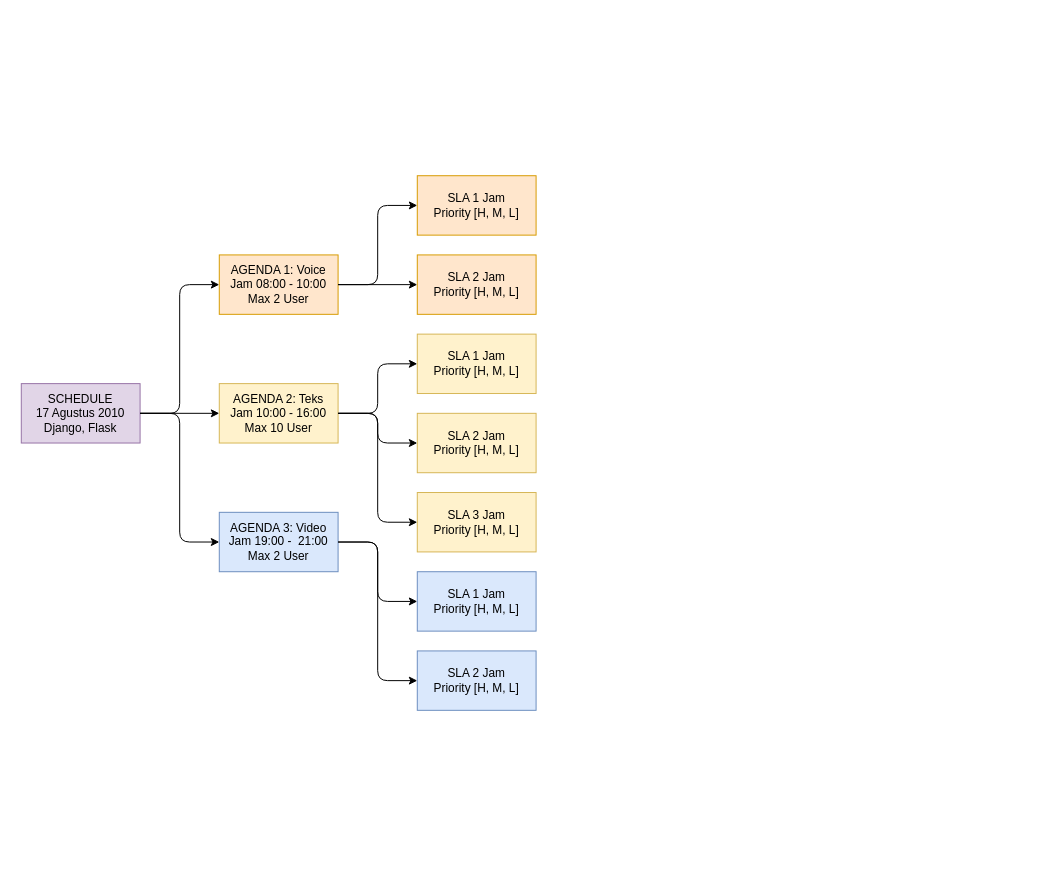
Earlier version of the draw.io diagram Untitled Diagram.drawio (PUYUP/sputnik). Source tidied: cells renumbered, new cells numbered last; positions are measured from the earlier drawing's top-left corner, leaving out a move shared by most shapes. Both pictures are drawn from the tidied source at 99%, with x=0, y=0 at pixel (21, 175).
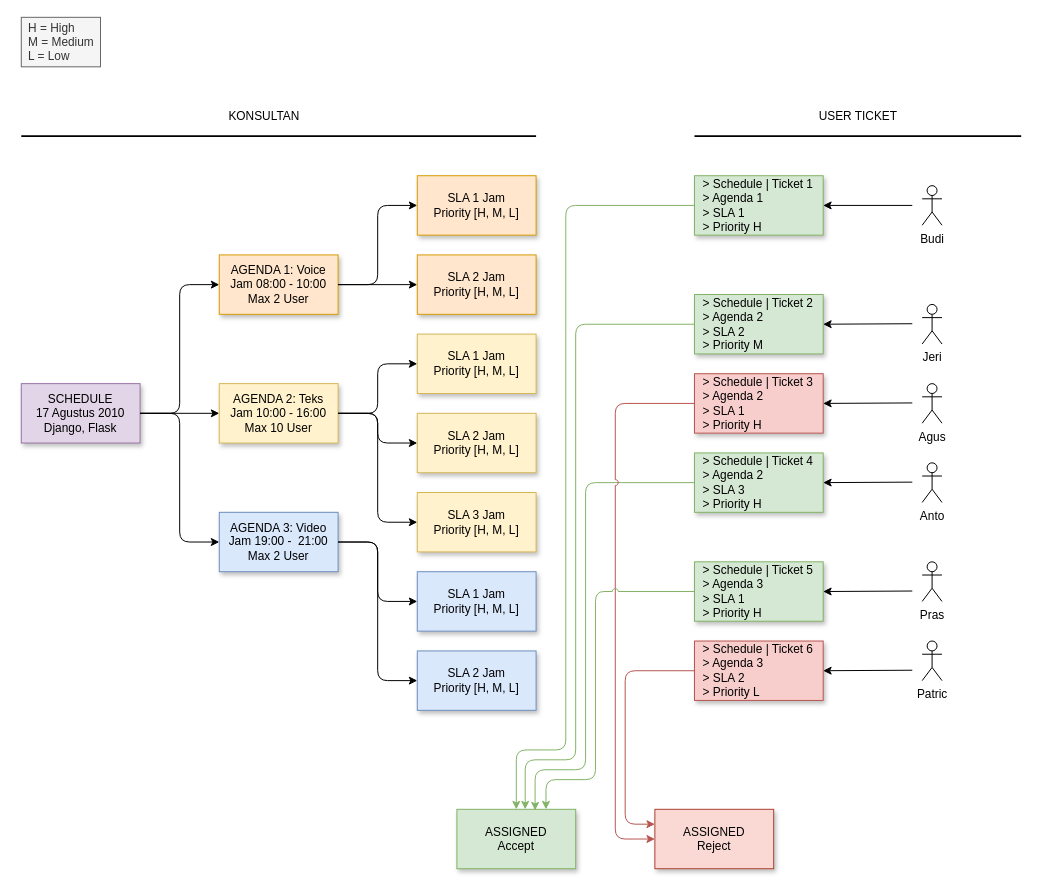
The same diagram, later.

Diff of the diagram source:
```diff
@@
-    <mxCell id="2" value="SCHEDULE&lt;br&gt;17 Agustus 2010&lt;br&gt;Django, Flask" style="rounded=0;whiteSpace=wrap;html=1;fillColor=#e1d5e7;strokeColor=#9673a6;" parent="1" vertex="1">
+    <mxCell id="2" value="SCHEDULE&lt;br&gt;17 Agustus 2010&lt;br&gt;Django, Flask" style="rounded=0;whiteSpace=wrap;html=1;fillColor=#e1d5e7;strokeColor=#9673a6;sketch=0;shadow=1;labelBackgroundColor=none;" parent="1" vertex="1">
       <mxGeometry y="210" width="120" height="60" as="geometry" />
     </mxCell>
-    <mxCell id="3" value="AGENDA 1: Voice&lt;br&gt;Jam 08:00 - 10:00&lt;br&gt;Max 2 User" style="rounded=0;whiteSpace=wrap;html=1;fillColor=#ffe6cc;strokeColor=#d79b00;" parent="1" vertex="1">
+    <mxCell id="3" value="AGENDA 1: Voice&lt;br&gt;Jam 08:00 - 10:00&lt;br&gt;Max 2 User" style="rounded=0;whiteSpace=wrap;html=1;fillColor=#ffe6cc;strokeColor=#d79b00;sketch=0;shadow=1;labelBackgroundColor=none;" parent="1" vertex="1">
       <mxGeometry x="200" y="80" width="120" height="60" as="geometry" />
     </mxCell>
-    <mxCell id="4" value="AGENDA 2: Teks&lt;br&gt;Jam 10:00 - 16:00&lt;br&gt;Max 10 User" style="rounded=0;whiteSpace=wrap;html=1;fillColor=#fff2cc;strokeColor=#d6b656;" parent="1" vertex="1">
+    <mxCell id="4" value="AGENDA 2: Teks&lt;br&gt;Jam 10:00 - 16:00&lt;br&gt;Max 10 User" style="rounded=0;whiteSpace=wrap;html=1;fillColor=#fff2cc;strokeColor=#d6b656;sketch=0;shadow=1;labelBackgroundColor=none;" parent="1" vertex="1">
       <mxGeometry x="200" y="210" width="120" height="60" as="geometry" />
     </mxCell>
-    <mxCell id="5" value="AGENDA 3: Video&lt;br&gt;Jam 19:00 -&amp;nbsp; 21:00&lt;br&gt;Max 2 User" style="rounded=0;whiteSpace=wrap;html=1;fillColor=#dae8fc;strokeColor=#6c8ebf;" parent="1" vertex="1">
+    <mxCell id="5" value="AGENDA 3: Video&lt;br&gt;Jam 19:00 -&amp;nbsp; 21:00&lt;br&gt;Max 2 User" style="rounded=0;whiteSpace=wrap;html=1;fillColor=#dae8fc;strokeColor=#6c8ebf;sketch=0;shadow=1;labelBackgroundColor=none;" parent="1" vertex="1">
       <mxGeometry x="200" y="340" width="120" height="60" as="geometry" />
     </mxCell>
-    <mxCell id="6" value="SLA 1 Jam&lt;br&gt;Priority [H, M, L]" style="rounded=0;whiteSpace=wrap;html=1;fillColor=#ffe6cc;strokeColor=#d79b00;" parent="1" vertex="1">
+    <mxCell id="6" value="SLA 1 Jam&lt;br&gt;Priority [H, M, L]" style="rounded=0;whiteSpace=wrap;html=1;fillColor=#ffe6cc;strokeColor=#d79b00;sketch=0;shadow=1;labelBackgroundColor=none;" parent="1" vertex="1">
       <mxGeometry x="400" width="120" height="60" as="geometry" />
     </mxCell>
-    <mxCell id="7" value="SLA 2 Jam&lt;br&gt;Priority [H, M, L]" style="rounded=0;whiteSpace=wrap;html=1;fillColor=#ffe6cc;strokeColor=#d79b00;" parent="1" vertex="1">
+    <mxCell id="7" value="SLA 2 Jam&lt;br&gt;Priority [H, M, L]" style="rounded=0;whiteSpace=wrap;html=1;fillColor=#ffe6cc;strokeColor=#d79b00;sketch=0;shadow=1;labelBackgroundColor=none;" parent="1" vertex="1">
       <mxGeometry x="400" y="80" width="120" height="60" as="geometry" />
     </mxCell>
-    <mxCell id="8" style="endArrow=classic;html=1;exitX=1;exitY=0.5;exitDx=0;exitDy=0;entryX=0;entryY=0.5;entryDx=0;entryDy=0;edgeStyle=orthogonalEdgeStyle;" parent="1" edge="1" source="2" target="3">
+    <mxCell id="8" style="endArrow=classic;html=1;exitX=1;exitY=0.5;exitDx=0;exitDy=0;entryX=0;entryY=0.5;entryDx=0;entryDy=0;edgeStyle=orthogonalEdgeStyle;sketch=0;shadow=0;labelBackgroundColor=none;" parent="1" edge="1" source="2" target="3">
       <mxGeometry relative="1" as="geometry" />
     </mxCell>
-    <mxCell id="9" style="endArrow=classic;html=1;exitX=1;exitY=0.5;exitDx=0;exitDy=0;entryX=0;entryY=0.5;entryDx=0;entryDy=0;edgeStyle=orthogonalEdgeStyle;" parent="1" edge="1" source="2" target="4">
+    <mxCell id="9" style="endArrow=classic;html=1;exitX=1;exitY=0.5;exitDx=0;exitDy=0;entryX=0;entryY=0.5;entryDx=0;entryDy=0;edgeStyle=orthogonalEdgeStyle;sketch=0;shadow=0;labelBackgroundColor=none;" parent="1" edge="1" source="2" target="4">
       <mxGeometry relative="1" as="geometry" />
     </mxCell>
-    <mxCell id="10" style="endArrow=classic;html=1;exitX=1;exitY=0.5;exitDx=0;exitDy=0;entryX=0;entryY=0.5;entryDx=0;entryDy=0;edgeStyle=orthogonalEdgeStyle;" parent="1" edge="1" source="2" target="5">
+    <mxCell id="10" style="endArrow=classic;html=1;exitX=1;exitY=0.5;exitDx=0;exitDy=0;entryX=0;entryY=0.5;entryDx=0;entryDy=0;edgeStyle=orthogonalEdgeStyle;sketch=0;shadow=0;labelBackgroundColor=none;" parent="1" edge="1" source="2" target="5">
       <mxGeometry relative="1" as="geometry" />
     </mxCell>
-    <mxCell id="11" style="endArrow=classic;html=1;exitX=1;exitY=0.5;exitDx=0;exitDy=0;entryX=0;entryY=0.5;entryDx=0;entryDy=0;edgeStyle=orthogonalEdgeStyle;" parent="1" edge="1" source="3" target="6">
+    <mxCell id="11" style="endArrow=classic;html=1;exitX=1;exitY=0.5;exitDx=0;exitDy=0;entryX=0;entryY=0.5;entryDx=0;entryDy=0;edgeStyle=orthogonalEdgeStyle;sketch=0;shadow=0;labelBackgroundColor=none;" parent="1" edge="1" source="3" target="6">
       <mxGeometry relative="1" as="geometry" />
     </mxCell>
-    <mxCell id="12" style="endArrow=classic;html=1;exitX=1;exitY=0.5;exitDx=0;exitDy=0;entryX=0;entryY=0.5;entryDx=0;entryDy=0;" parent="1" edge="1" source="3" target="7">
+    <mxCell id="12" style="endArrow=classic;html=1;exitX=1;exitY=0.5;exitDx=0;exitDy=0;entryX=0;entryY=0.5;entryDx=0;entryDy=0;sketch=0;shadow=0;labelBackgroundColor=none;" parent="1" edge="1" source="3" target="7">
       <mxGeometry relative="1" as="geometry" />
     </mxCell>
-    <mxCell id="13" value="SLA 1 Jam&lt;br&gt;Priority [H, M, L]" style="rounded=0;whiteSpace=wrap;html=1;fillColor=#fff2cc;strokeColor=#d6b656;" parent="1" vertex="1">
+    <mxCell id="13" value="SLA 1 Jam&lt;br&gt;Priority [H, M, L]" style="rounded=0;whiteSpace=wrap;html=1;fillColor=#fff2cc;strokeColor=#d6b656;sketch=0;shadow=1;labelBackgroundColor=none;" parent="1" vertex="1">
       <mxGeometry x="400" y="160" width="120" height="60" as="geometry" />
     </mxCell>
-    <mxCell id="14" value="SLA 2 Jam&lt;br&gt;Priority [H, M, L]" style="rounded=0;whiteSpace=wrap;html=1;fillColor=#fff2cc;strokeColor=#d6b656;" parent="1" vertex="1">
+    <mxCell id="14" value="SLA 2 Jam&lt;br&gt;Priority [H, M, L]" style="rounded=0;whiteSpace=wrap;html=1;fillColor=#fff2cc;strokeColor=#d6b656;sketch=0;shadow=1;labelBackgroundColor=none;" parent="1" vertex="1">
       <mxGeometry x="400" y="240" width="120" height="60" as="geometry" />
     </mxCell>
-    <mxCell id="15" value="SLA 3 Jam&lt;br&gt;Priority [H, M, L]" style="rounded=0;whiteSpace=wrap;html=1;fillColor=#fff2cc;strokeColor=#d6b656;" parent="1" vertex="1">
+    <mxCell id="15" value="SLA 3 Jam&lt;br&gt;Priority [H, M, L]" style="rounded=0;whiteSpace=wrap;html=1;fillColor=#fff2cc;strokeColor=#d6b656;sketch=0;shadow=1;labelBackgroundColor=none;" parent="1" vertex="1">
       <mxGeometry x="400" y="320" width="120" height="60" as="geometry" />
     </mxCell>
-    <mxCell id="16" style="endArrow=classic;html=1;exitX=1;exitY=0.5;exitDx=0;exitDy=0;entryX=0;entryY=0.5;entryDx=0;entryDy=0;edgeStyle=orthogonalEdgeStyle;" parent="1" edge="1" source="4" target="13">
+    <mxCell id="16" style="endArrow=classic;html=1;exitX=1;exitY=0.5;exitDx=0;exitDy=0;entryX=0;entryY=0.5;entryDx=0;entryDy=0;edgeStyle=orthogonalEdgeStyle;sketch=0;shadow=0;labelBackgroundColor=none;" parent="1" edge="1" source="4" target="13">
       <mxGeometry relative="1" as="geometry" />
     </mxCell>
-    <mxCell id="17" style="endArrow=classic;html=1;exitX=1;exitY=0.5;exitDx=0;exitDy=0;entryX=0;entryY=0.5;entryDx=0;entryDy=0;edgeStyle=orthogonalEdgeStyle;" parent="1" edge="1" source="4" target="14">
+    <mxCell id="17" style="endArrow=classic;html=1;exitX=1;exitY=0.5;exitDx=0;exitDy=0;entryX=0;entryY=0.5;entryDx=0;entryDy=0;edgeStyle=orthogonalEdgeStyle;sketch=0;shadow=0;labelBackgroundColor=none;" parent="1" edge="1" source="4" target="14">
       <mxGeometry relative="1" as="geometry" />
     </mxCell>
-    <mxCell id="18" style="endArrow=classic;html=1;exitX=1;exitY=0.5;exitDx=0;exitDy=0;entryX=0;entryY=0.5;entryDx=0;entryDy=0;edgeStyle=orthogonalEdgeStyle;" parent="1" edge="1" source="4" target="15">
+    <mxCell id="18" style="endArrow=classic;html=1;exitX=1;exitY=0.5;exitDx=0;exitDy=0;entryX=0;entryY=0.5;entryDx=0;entryDy=0;edgeStyle=orthogonalEdgeStyle;sketch=0;shadow=0;labelBackgroundColor=none;" parent="1" edge="1" source="4" target="15">
       <mxGeometry relative="1" as="geometry" />
     </mxCell>
-    <mxCell id="19" value="SLA 1 Jam&lt;br&gt;Priority [H, M, L]" style="rounded=0;whiteSpace=wrap;html=1;fillColor=#dae8fc;strokeColor=#6c8ebf;" parent="1" vertex="1">
+    <mxCell id="19" value="SLA 1 Jam&lt;br&gt;Priority [H, M, L]" style="rounded=0;whiteSpace=wrap;html=1;fillColor=#dae8fc;strokeColor=#6c8ebf;sketch=0;shadow=1;labelBackgroundColor=none;" parent="1" vertex="1">
       <mxGeometry x="400" y="400" width="120" height="60" as="geometry" />
     </mxCell>
-    <mxCell id="20" value="SLA 2 Jam&lt;br&gt;Priority [H, M, L]" style="rounded=0;whiteSpace=wrap;html=1;fillColor=#dae8fc;strokeColor=#6c8ebf;" parent="1" vertex="1">
+    <mxCell id="20" value="SLA 2 Jam&lt;br&gt;Priority [H, M, L]" style="rounded=0;whiteSpace=wrap;html=1;fillColor=#dae8fc;strokeColor=#6c8ebf;sketch=0;shadow=1;labelBackgroundColor=none;" parent="1" vertex="1">
       <mxGeometry x="400" y="480" width="120" height="60" as="geometry" />
     </mxCell>
-    <mxCell id="21" style="endArrow=classic;html=1;exitX=1;exitY=0.5;exitDx=0;exitDy=0;entryX=0;entryY=0.5;entryDx=0;entryDy=0;edgeStyle=orthogonalEdgeStyle;" parent="1" edge="1" source="5" target="19">
+    <mxCell id="21" style="endArrow=classic;html=1;exitX=1;exitY=0.5;exitDx=0;exitDy=0;entryX=0;entryY=0.5;entryDx=0;entryDy=0;edgeStyle=orthogonalEdgeStyle;sketch=0;shadow=0;labelBackgroundColor=none;" parent="1" edge="1" source="5" target="19">
       <mxGeometry relative="1" as="geometry" />
     </mxCell>
-    <mxCell id="22" style="endArrow=classic;html=1;exitX=1;exitY=0.5;exitDx=0;exitDy=0;entryX=0;entryY=0.5;entryDx=0;entryDy=0;edgeStyle=orthogonalEdgeStyle;" parent="1" edge="1" source="5" target="20">
+    <mxCell id="22" style="endArrow=classic;html=1;exitX=1;exitY=0.5;exitDx=0;exitDy=0;entryX=0;entryY=0.5;entryDx=0;entryDy=0;edgeStyle=orthogonalEdgeStyle;sketch=0;shadow=0;labelBackgroundColor=none;" parent="1" edge="1" source="5" target="20">
       <mxGeometry relative="1" as="geometry" />
     </mxCell>
+    <mxCell id="23" value="&lt;div style=&quot;text-align: left&quot;&gt;&lt;span&gt;H = High&lt;/span&gt;&lt;/div&gt;&lt;div style=&quot;text-align: left&quot;&gt;&lt;span&gt;M = Medium&lt;/span&gt;&lt;/div&gt;&lt;div style=&quot;text-align: left&quot;&gt;&lt;span&gt;L = Low&lt;/span&gt;&lt;/div&gt;" style="text;html=1;align=center;verticalAlign=middle;fillColor=#f5f5f5;strokeColor=#666666;fontColor=#333333;" parent="1" vertex="1">
+      <mxGeometry y="-160" width="80" height="50" as="geometry" />
+    </mxCell>
+    <mxCell id="24" value="&amp;nbsp; &amp;gt; Schedule | Ticket 1&lt;br&gt;&amp;nbsp; &amp;gt; Agenda 1&lt;br&gt;&amp;nbsp; &amp;gt; SLA 1&lt;br&gt;&amp;nbsp; &amp;gt; Priority H" style="rounded=0;whiteSpace=wrap;html=1;shadow=1;labelBackgroundColor=none;fillColor=#d5e8d4;strokeColor=#82b366;sketch=0;align=left;" parent="1" vertex="1">
+      <mxGeometry x="680" width="130" height="60" as="geometry" />
+    </mxCell>
+    <mxCell id="25" style="endArrow=none;html=1;strokeWidth=2;shadow=0;labelBackgroundColor=none;startArrow=none;startFill=0;rounded=0;" parent="1" edge="1">
+      <mxGeometry relative="1" as="geometry">
+        <mxPoint y="-40" as="sourcePoint" />
+        <mxPoint x="520" y="-40" as="targetPoint" />
+      </mxGeometry>
+    </mxCell>
+    <mxCell id="26" value="KONSULTAN" style="text;html=1;align=center;verticalAlign=middle;" parent="1" vertex="1">
+      <mxGeometry x="200" y="-70" width="90" height="20" as="geometry" />
+    </mxCell>
+    <mxCell id="27" style="endArrow=classic;html=1;shadow=0;labelBackgroundColor=none;strokeWidth=1;entryX=1;entryY=0.5;entryDx=0;entryDy=0;" parent="1" edge="1" target="24">
+      <mxGeometry relative="1" as="geometry">
+        <mxPoint x="900" y="30" as="sourcePoint" />
+      </mxGeometry>
+    </mxCell>
+    <mxCell id="28" value="&amp;nbsp; &amp;gt; Schedule&amp;nbsp;| Ticket 2&lt;br&gt;&amp;nbsp; &amp;gt; Agenda 2&lt;br&gt;&amp;nbsp; &amp;gt; SLA 2&lt;br&gt;&amp;nbsp; &amp;gt; Priority M" style="rounded=0;whiteSpace=wrap;html=1;shadow=1;labelBackgroundColor=none;fillColor=#d5e8d4;strokeColor=#82b366;sketch=0;align=left;" parent="1" vertex="1">
+      <mxGeometry x="680" y="120" width="130" height="60" as="geometry" />
+    </mxCell>
+    <mxCell id="29" value="&amp;nbsp; &amp;gt; Schedule&amp;nbsp;| Ticket 3&lt;br&gt;&amp;nbsp; &amp;gt; Agenda 2&lt;br&gt;&amp;nbsp; &amp;gt; SLA 1&lt;br&gt;&amp;nbsp; &amp;gt; Priority H" style="rounded=0;whiteSpace=wrap;html=1;shadow=1;labelBackgroundColor=none;fillColor=#f8cecc;strokeColor=#b85450;sketch=0;align=left;" parent="1" vertex="1">
+      <mxGeometry x="680" y="200" width="130" height="60" as="geometry" />
+    </mxCell>
+    <mxCell id="30" value="&amp;nbsp; &amp;gt; Schedule&amp;nbsp;| Ticket 4&lt;br&gt;&amp;nbsp; &amp;gt; Agenda 2&lt;br&gt;&amp;nbsp; &amp;gt; SLA 3&lt;br&gt;&amp;nbsp; &amp;gt; Priority H" style="rounded=0;whiteSpace=wrap;html=1;shadow=1;labelBackgroundColor=none;fillColor=#d5e8d4;strokeColor=#82b366;sketch=0;align=left;" parent="1" vertex="1">
+      <mxGeometry x="680" y="280" width="130" height="60" as="geometry" />
+    </mxCell>
+    <mxCell id="31" value="Jeri" style="shape=umlActor;verticalLabelPosition=bottom;verticalAlign=top;html=1;shadow=0;labelBackgroundColor=none;sketch=0;" parent="1" vertex="1">
+      <mxGeometry x="910" y="130" width="20" height="40" as="geometry" />
+    </mxCell>
+    <mxCell id="32" value="Budi" style="shape=umlActor;verticalLabelPosition=bottom;verticalAlign=top;html=1;shadow=0;labelBackgroundColor=none;sketch=0;" parent="1" vertex="1">
+      <mxGeometry x="910" y="10" width="20" height="40" as="geometry" />
+    </mxCell>
+    <mxCell id="33" value="Agus" style="shape=umlActor;verticalLabelPosition=bottom;verticalAlign=top;html=1;shadow=0;labelBackgroundColor=none;sketch=0;" parent="1" vertex="1">
+      <mxGeometry x="910" y="210" width="20" height="40" as="geometry" />
+    </mxCell>
+    <mxCell id="34" value="Anto" style="shape=umlActor;verticalLabelPosition=bottom;verticalAlign=top;html=1;shadow=0;labelBackgroundColor=none;sketch=0;" parent="1" vertex="1">
+      <mxGeometry x="910" y="290" width="20" height="40" as="geometry" />
+    </mxCell>
+    <mxCell id="35" style="endArrow=classic;html=1;shadow=0;labelBackgroundColor=none;strokeWidth=1;" parent="1" edge="1">
+      <mxGeometry relative="1" as="geometry">
+        <mxPoint x="900" y="149.5" as="sourcePoint" />
+        <mxPoint x="810" y="150" as="targetPoint" />
+      </mxGeometry>
+    </mxCell>
+    <mxCell id="36" style="endArrow=classic;html=1;shadow=0;labelBackgroundColor=none;strokeWidth=1;" parent="1" edge="1">
+      <mxGeometry relative="1" as="geometry">
+        <mxPoint x="900" y="229.5" as="sourcePoint" />
+        <mxPoint x="810" y="230" as="targetPoint" />
+      </mxGeometry>
+    </mxCell>
+    <mxCell id="37" style="endArrow=classic;html=1;shadow=0;labelBackgroundColor=none;strokeWidth=1;" parent="1" edge="1">
+      <mxGeometry relative="1" as="geometry">
+        <mxPoint x="900" y="309.5" as="sourcePoint" />
+        <mxPoint x="810" y="310" as="targetPoint" />
+      </mxGeometry>
+    </mxCell>
+    <mxCell id="38" value="&amp;nbsp; &amp;gt; Schedule&amp;nbsp;| Ticket 5&lt;br&gt;&amp;nbsp; &amp;gt; Agenda 3&lt;br&gt;&amp;nbsp; &amp;gt; SLA 1&lt;br&gt;&amp;nbsp; &amp;gt; Priority H" style="rounded=0;whiteSpace=wrap;html=1;shadow=1;labelBackgroundColor=none;fillColor=#d5e8d4;strokeColor=#82b366;sketch=0;align=left;" parent="1" vertex="1">
+      <mxGeometry x="680" y="390" width="130" height="60" as="geometry" />
+    </mxCell>
+    <mxCell id="39" value="&amp;nbsp; &amp;gt; Schedule&amp;nbsp;| Ticket 6&lt;br&gt;&amp;nbsp; &amp;gt; Agenda 3&lt;br&gt;&amp;nbsp; &amp;gt; SLA 2&lt;br&gt;&amp;nbsp; &amp;gt; Priority L" style="rounded=0;whiteSpace=wrap;html=1;shadow=1;labelBackgroundColor=none;fillColor=#f8cecc;strokeColor=#b85450;sketch=0;align=left;" parent="1" vertex="1">
+      <mxGeometry x="680" y="470" width="130" height="60" as="geometry" />
+    </mxCell>
+    <mxCell id="40" value="Pras" style="shape=umlActor;verticalLabelPosition=bottom;verticalAlign=top;html=1;shadow=0;labelBackgroundColor=none;sketch=0;" parent="1" vertex="1">
+      <mxGeometry x="910" y="390" width="20" height="40" as="geometry" />
+    </mxCell>
+    <mxCell id="41" value="Patric" style="shape=umlActor;verticalLabelPosition=bottom;verticalAlign=top;html=1;shadow=0;labelBackgroundColor=none;sketch=0;" parent="1" vertex="1">
+      <mxGeometry x="910" y="470" width="20" height="40" as="geometry" />
+    </mxCell>
+    <mxCell id="42" style="endArrow=classic;html=1;shadow=0;labelBackgroundColor=none;strokeWidth=1;" parent="1" edge="1">
+      <mxGeometry relative="1" as="geometry">
+        <mxPoint x="900" y="419.5" as="sourcePoint" />
+        <mxPoint x="810" y="420" as="targetPoint" />
+      </mxGeometry>
+    </mxCell>
+    <mxCell id="43" style="endArrow=classic;html=1;shadow=0;labelBackgroundColor=none;strokeWidth=1;" parent="1" edge="1">
+      <mxGeometry relative="1" as="geometry">
+        <mxPoint x="900" y="499.5" as="sourcePoint" />
+        <mxPoint x="810" y="500" as="targetPoint" />
+      </mxGeometry>
+    </mxCell>
+    <mxCell id="44" style="endArrow=none;html=1;strokeWidth=2;shadow=0;labelBackgroundColor=none;startArrow=none;startFill=0;rounded=0;" parent="1" edge="1">
+      <mxGeometry relative="1" as="geometry">
+        <mxPoint x="680" y="-40" as="sourcePoint" />
+        <mxPoint x="1010" y="-40" as="targetPoint" />
+      </mxGeometry>
+    </mxCell>
+    <mxCell id="45" value="USER TICKET" style="text;html=1;align=center;verticalAlign=middle;" parent="1" vertex="1">
+      <mxGeometry x="800" y="-70" width="90" height="20" as="geometry" />
+    </mxCell>
+    <mxCell id="46" value="ASSIGNED&lt;br&gt;Accept" style="rounded=0;whiteSpace=wrap;html=1;shadow=1;labelBackgroundColor=none;sketch=0;fillColor=#d5e8d4;strokeColor=#82b366;" parent="1" vertex="1">
+      <mxGeometry x="440" y="640" width="120" height="60" as="geometry" />
+    </mxCell>
+    <mxCell id="47" value="ASSIGNED&lt;br&gt;Reject" style="rounded=0;whiteSpace=wrap;html=1;shadow=1;labelBackgroundColor=none;sketch=0;fillColor=#fad9d5;strokeColor=#ae4132;" parent="1" vertex="1">
+      <mxGeometry x="640" y="640" width="120" height="60" as="geometry" />
+    </mxCell>
+    <mxCell id="48" style="endArrow=classic;html=1;shadow=0;labelBackgroundColor=none;strokeWidth=1;exitX=0;exitY=0.5;exitDx=0;exitDy=0;entryX=0.5;entryY=0;entryDx=0;entryDy=0;edgeStyle=orthogonalEdgeStyle;fillColor=#d5e8d4;strokeColor=#82b366;" parent="1" edge="1" source="24" target="46">
+      <mxGeometry relative="1" as="geometry">
+        <Array as="points">
+          <mxPoint x="550" y="30" />
+          <mxPoint x="550" y="580" />
+          <mxPoint x="500" y="580" />
+        </Array>
+      </mxGeometry>
+    </mxCell>
+    <mxCell id="49" style="endArrow=classic;html=1;shadow=0;labelBackgroundColor=none;strokeWidth=1;exitX=0;exitY=0.5;exitDx=0;exitDy=0;edgeStyle=orthogonalEdgeStyle;fillColor=#d5e8d4;strokeColor=#82b366;" parent="1" edge="1" source="28">
+      <mxGeometry relative="1" as="geometry">
+        <mxPoint x="509" y="640" as="targetPoint" />
+        <Array as="points">
+          <mxPoint x="560" y="150" />
+          <mxPoint x="560" y="590" />
+          <mxPoint x="509" y="590" />
+        </Array>
+      </mxGeometry>
+    </mxCell>
+    <mxCell id="50" style="endArrow=classic;html=1;shadow=0;labelBackgroundColor=none;strokeWidth=1;edgeStyle=orthogonalEdgeStyle;fillColor=#d5e8d4;strokeColor=#82b366;" parent="1" edge="1" source="30">
+      <mxGeometry relative="1" as="geometry">
+        <mxPoint x="519" y="641" as="targetPoint" />
+        <Array as="points">
+          <mxPoint x="570" y="310" />
+          <mxPoint x="570" y="600" />
+          <mxPoint x="519" y="600" />
+        </Array>
+      </mxGeometry>
+    </mxCell>
+    <mxCell id="51" style="endArrow=classic;html=1;shadow=0;labelBackgroundColor=none;strokeWidth=1;exitX=0;exitY=0.5;exitDx=0;exitDy=0;entryX=0;entryY=0.5;entryDx=0;entryDy=0;edgeStyle=orthogonalEdgeStyle;jumpStyle=arc;fillColor=#f8cecc;strokeColor=#b85450;" parent="1" edge="1" source="29" target="47">
+      <mxGeometry relative="1" as="geometry">
+        <Array as="points">
+          <mxPoint x="600" y="230" />
+          <mxPoint x="600" y="670" />
+        </Array>
+      </mxGeometry>
+    </mxCell>
+    <mxCell id="52" style="endArrow=classic;html=1;shadow=0;labelBackgroundColor=none;strokeWidth=1;exitX=0;exitY=0.5;exitDx=0;exitDy=0;entryX=0;entryY=0.25;entryDx=0;entryDy=0;edgeStyle=orthogonalEdgeStyle;fillColor=#f8cecc;strokeColor=#b85450;" parent="1" edge="1" source="39" target="47">
+      <mxGeometry relative="1" as="geometry">
+        <Array as="points">
+          <mxPoint x="610" y="500" />
+          <mxPoint x="610" y="655" />
+        </Array>
+      </mxGeometry>
+    </mxCell>
+    <mxCell id="53" style="endArrow=classic;html=1;shadow=0;labelBackgroundColor=none;strokeWidth=1;exitX=0;exitY=0.5;exitDx=0;exitDy=0;entryX=0.75;entryY=0;entryDx=0;entryDy=0;edgeStyle=orthogonalEdgeStyle;fillColor=#d5e8d4;strokeColor=#82b366;jumpStyle=arc;" parent="1" edge="1" source="38" target="46">
+      <mxGeometry relative="1" as="geometry">
+        <Array as="points">
+          <mxPoint x="580" y="420" />
+          <mxPoint x="580" y="610" />
+          <mxPoint x="530" y="610" />
+        </Array>
+      </mxGeometry>
+    </mxCell>
```
